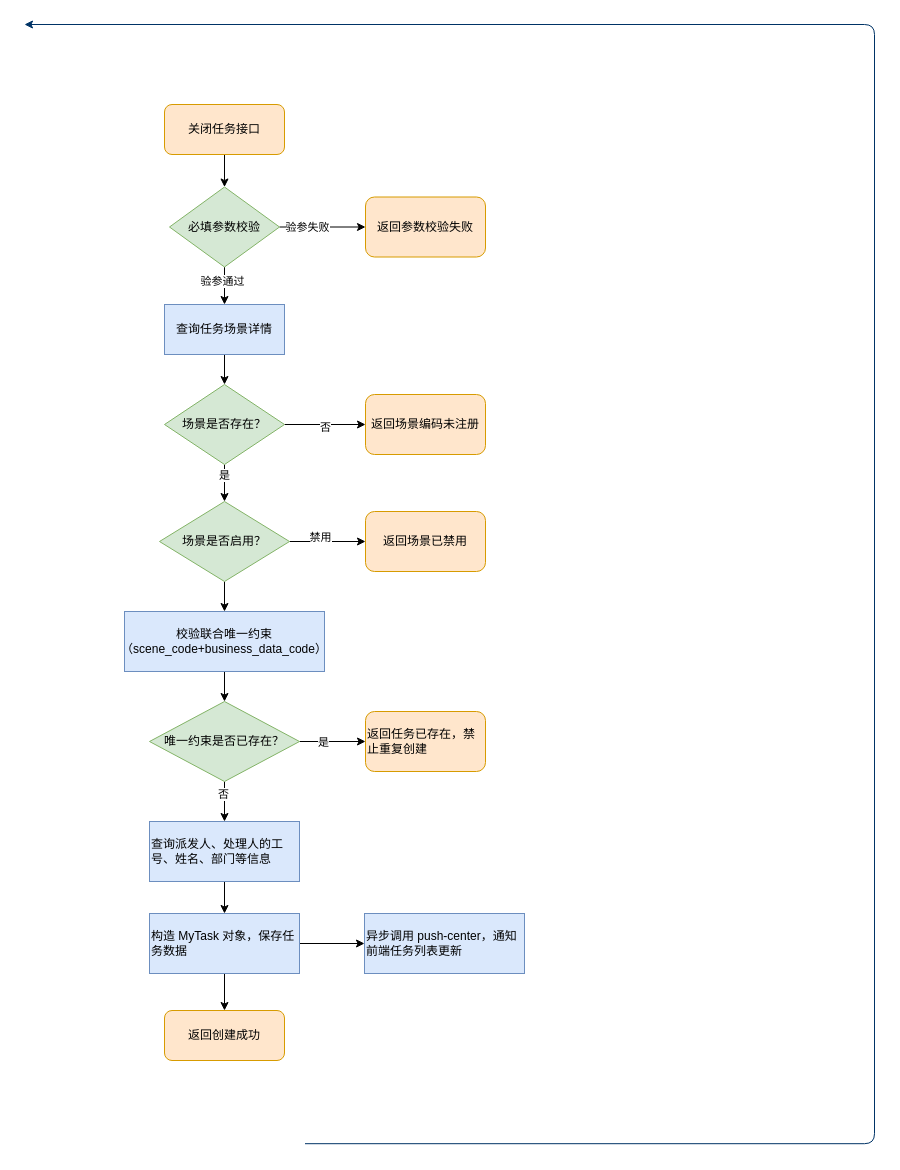
The draw.io diagram 我的任务-关闭.drawio in DongRuihua/draw, before the edit. Source tidied: cells renumbered, new cells numbered last; positions are measured from the earlier drawing's top-left corner, leaving out a move shared by most shapes. Both pictures are drawn from the tidied source at 100%, with x=0, y=0 at pixel (24, 24).
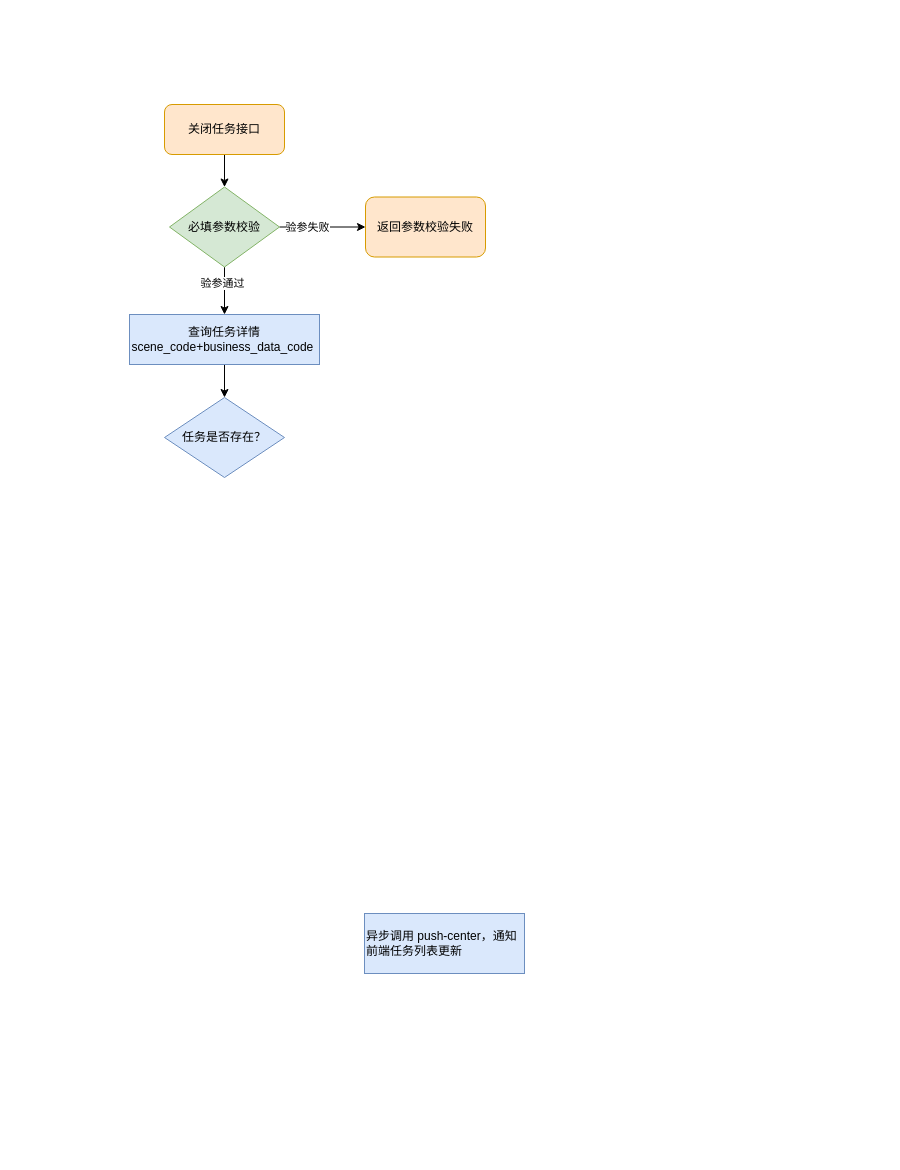
The same page after the edit.

Commit message (it also covers changes not shown here):
更新我的任务-关闭.drawio

Unchanged cells that the change refers to:
```xml
<mxCell id="38" value="异步调用 push-center，通知前端任务列表更新" style="whiteSpace=wrap;html=1;fillColor=#dae8fc;strokeColor=#6c8ebf;rounded=0;align=left;" parent="1" vertex="1">
  <mxGeometry x="340" y="889" width="160" height="60" as="geometry" />
</mxCell>
```

What changed in the source:
```diff
@@
-    <mxCell id="2" style="edgeStyle=elbowEdgeStyle;elbow=horizontal;exitX=1;exitY=0.5;exitPerimeter=0;entryX=0.905;entryY=0.5;entryPerimeter=0;fontStyle=1;strokeColor=#003366;strokeWidth=1;html=1;" parent="1" edge="1">
-      <mxGeometry as="geometry">
-        <mxPoint x="280.5" y="1119.2" as="sourcePoint" />
-        <mxPoint as="targetPoint" />
-        <Array as="points">
-          <mxPoint x="850" y="1320" />
-        </Array>
-      </mxGeometry>
-    </mxCell>
@@
-    <mxCell id="11" style="edgeStyle=orthogonalEdgeStyle;rounded=0;jettySize=auto;html=1;" parent="1" edge="1" source="12" target="17">
-      <mxGeometry relative="1" as="geometry" />
-    </mxCell>
+    <mxCell id="39" style="edgeStyle=orthogonalEdgeStyle;rounded=0;jettySize=auto;html=1;" parent="1" edge="1" source="12" target="40">
+      <mxGeometry relative="1" as="geometry" />
+    </mxCell>
-    <mxCell id="12" value="查询任务场景详情" style="rounded=0;whiteSpace=wrap;html=1;fillColor=#dae8fc;strokeColor=#6c8ebf;" parent="1" vertex="1">
-      <mxGeometry x="140" y="280" width="120" height="50" as="geometry" />
+    <mxCell id="12" value="查询任务详情scene_code+business_data_code&amp;nbsp;" style="rounded=0;whiteSpace=wrap;html=1;fillColor=#dae8fc;strokeColor=#6c8ebf;align=center;" parent="1" vertex="1">
+      <mxGeometry x="105" y="290" width="190" height="50" as="geometry" />
     </mxCell>
-    <mxCell id="13" style="edgeStyle=orthogonalEdgeStyle;rounded=0;jettySize=auto;html=1;" parent="1" edge="1" source="17" target="18">
-      <mxGeometry relative="1" as="geometry" />
-    </mxCell>
-    <mxCell id="14" value="否" style="edgeLabel;html=1;align=center;verticalAlign=middle;" parent="13" vertex="1">
-      <mxGeometry x="-0.01" y="-2" relative="1" as="geometry" />
-    </mxCell>
-    <mxCell id="15" style="edgeStyle=orthogonalEdgeStyle;rounded=0;jettySize=auto;html=1;" parent="1" edge="1" source="17" target="22">
-      <mxGeometry relative="1" as="geometry" />
-    </mxCell>
-    <mxCell id="16" value="是" style="edgeLabel;html=1;align=center;verticalAlign=middle;" parent="15" vertex="1">
-      <mxGeometry x="-0.52" y="-1" relative="1" as="geometry" />
-    </mxCell>
-    <mxCell id="17" value="场景是否存在？" style="rhombus;whiteSpace=wrap;html=1;rounded=0;fillColor=#d5e8d4;strokeColor=#82b366;" parent="1" vertex="1">
-      <mxGeometry x="140" y="360" width="120" height="80" as="geometry" />
-    </mxCell>
-    <mxCell id="18" value="返回场景编码未注册" style="whiteSpace=wrap;html=1;rounded=1;fillColor=#ffe6cc;strokeColor=#d79b00;" parent="1" vertex="1">
-      <mxGeometry x="341" y="370" width="120" height="60" as="geometry" />
-    </mxCell>
-    <mxCell id="19" style="edgeStyle=orthogonalEdgeStyle;rounded=0;jettySize=auto;html=1;" parent="1" edge="1" source="22" target="23">
-      <mxGeometry relative="1" as="geometry" />
-    </mxCell>
-    <mxCell id="20" value="禁用" style="edgeLabel;html=1;align=center;verticalAlign=middle;" parent="19" vertex="1">
-      <mxGeometry x="-0.2" y="5" relative="1" as="geometry" />
-    </mxCell>
-    <mxCell id="21" style="edgeStyle=orthogonalEdgeStyle;rounded=0;jettySize=auto;html=1;" parent="1" edge="1" source="22" target="25">
-      <mxGeometry relative="1" as="geometry" />
-    </mxCell>
-    <mxCell id="22" value="场景是否启用？" style="rhombus;whiteSpace=wrap;html=1;rounded=0;fillColor=#d5e8d4;strokeColor=#82b366;" parent="1" vertex="1">
-      <mxGeometry x="135" y="477" width="130" height="80" as="geometry" />
-    </mxCell>
-    <mxCell id="23" value="返回场景已禁用" style="rounded=1;whiteSpace=wrap;html=1;fillColor=#ffe6cc;strokeColor=#d79b00;" parent="1" vertex="1">
-      <mxGeometry x="341" y="487" width="120" height="60" as="geometry" />
-    </mxCell>
-    <mxCell id="24" style="edgeStyle=orthogonalEdgeStyle;rounded=0;jettySize=auto;html=1;" parent="1" edge="1" source="25" target="30">
-      <mxGeometry relative="1" as="geometry" />
-    </mxCell>
-    <mxCell id="25" value="校验联合唯一约束&lt;br&gt;（scene_code+business_data_code）" style="whiteSpace=wrap;html=1;rounded=0;fillColor=#dae8fc;strokeColor=#6c8ebf;" parent="1" vertex="1">
-      <mxGeometry x="100" y="587" width="200" height="60" as="geometry" />
-    </mxCell>
-    <mxCell id="26" style="edgeStyle=orthogonalEdgeStyle;rounded=0;jettySize=auto;html=1;" parent="1" edge="1" source="30" target="31">
-      <mxGeometry relative="1" as="geometry" />
-    </mxCell>
-    <mxCell id="27" value="是" style="edgeLabel;html=1;align=center;verticalAlign=middle;" parent="26" vertex="1">
-      <mxGeometry x="-0.31" relative="1" as="geometry" />
-    </mxCell>
-    <mxCell id="28" style="edgeStyle=orthogonalEdgeStyle;rounded=0;jettySize=auto;html=1;" parent="1" edge="1" source="30" target="33">
-      <mxGeometry relative="1" as="geometry" />
-    </mxCell>
-    <mxCell id="29" value="否" style="edgeLabel;html=1;align=center;verticalAlign=middle;" parent="28" vertex="1">
-      <mxGeometry x="-0.41" y="-2" relative="1" as="geometry" />
-    </mxCell>
-    <mxCell id="30" value="唯一约束是否已存在？" style="rhombus;whiteSpace=wrap;html=1;rounded=0;fillColor=#d5e8d4;strokeColor=#82b366;" parent="1" vertex="1">
-      <mxGeometry x="125" y="677" width="150" height="80" as="geometry" />
-    </mxCell>
-    <mxCell id="31" value="返回任务已存在，禁止重复创建" style="whiteSpace=wrap;html=1;rounded=1;fillColor=#ffe6cc;strokeColor=#d79b00;align=left;" parent="1" vertex="1">
-      <mxGeometry x="341" y="687" width="120" height="60" as="geometry" />
-    </mxCell>
-    <mxCell id="32" style="edgeStyle=orthogonalEdgeStyle;rounded=0;jettySize=auto;html=1;" parent="1" edge="1" source="33" target="36">
-      <mxGeometry relative="1" as="geometry" />
-    </mxCell>
-    <mxCell id="33" value="查询派发人、处理人的工号、姓名、部门等信息" style="rounded=0;whiteSpace=wrap;html=1;fillColor=#dae8fc;strokeColor=#6c8ebf;align=left;" parent="1" vertex="1">
-      <mxGeometry x="125" y="797" width="150" height="60" as="geometry" />
-    </mxCell>
-    <mxCell id="34" style="edgeStyle=orthogonalEdgeStyle;rounded=0;jettySize=auto;html=1;" parent="1" edge="1" source="36" target="37">
-      <mxGeometry relative="1" as="geometry" />
-    </mxCell>
-    <mxCell id="35" style="edgeStyle=orthogonalEdgeStyle;rounded=0;jettySize=auto;html=1;" parent="1" edge="1" source="36" target="38">
-      <mxGeometry relative="1" as="geometry" />
-    </mxCell>
-    <mxCell id="36" value="构造 MyTask 对象，保存任务数据" style="whiteSpace=wrap;html=1;rounded=0;fillColor=#dae8fc;strokeColor=#6c8ebf;align=left;" parent="1" vertex="1">
-      <mxGeometry x="125" y="889" width="150" height="60" as="geometry" />
-    </mxCell>
-    <mxCell id="37" value="返回创建成功" style="rounded=1;whiteSpace=wrap;html=1;fillStyle=auto;fillColor=#ffe6cc;strokeColor=#d79b00;" parent="1" vertex="1">
-      <mxGeometry x="140" y="986" width="120" height="50" as="geometry" />
-    </mxCell>
@@
+    <mxCell id="40" value="任务是否存在？" style="rhombus;whiteSpace=wrap;html=1;fillColor=#dae8fc;strokeColor=#6c8ebf;rounded=0;" parent="1" vertex="1">
+      <mxGeometry x="140" y="373" width="120" height="80" as="geometry" />
+    </mxCell>
```
